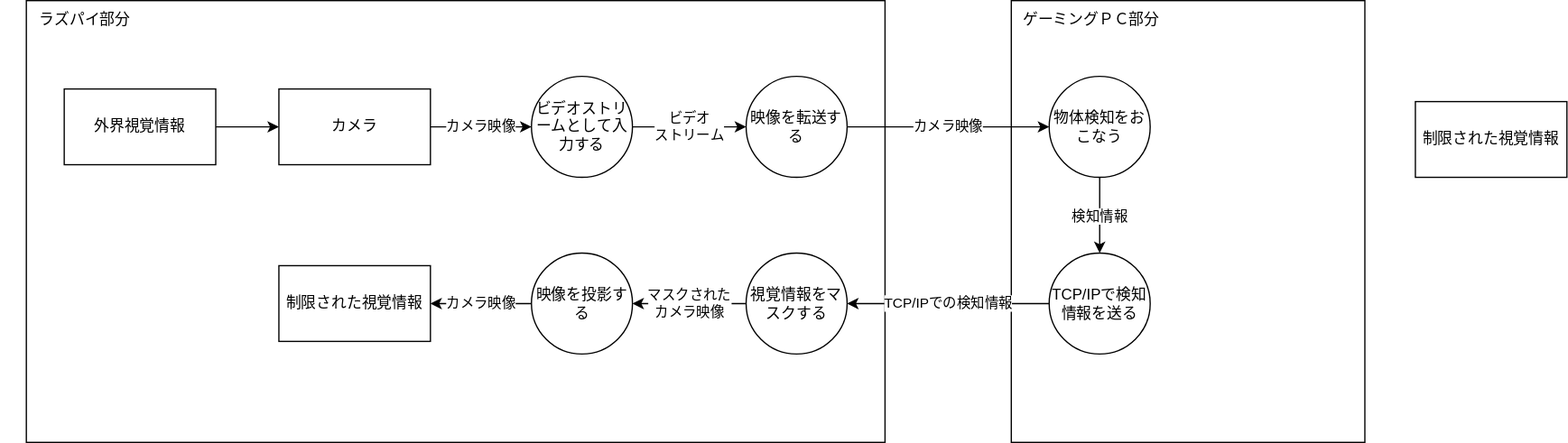
Above: 集中力取り戻しシステム/images/dfd0.drawio.svg in gakutosasabe/HearExpansion (draw.io), before the change. Source tidied: cells renumbered, new cells last; positions are measured from the earlier drawing's top-left corner, leaving out a move shared by most shapes. Its diagram source:
```xml
<mxGraphModel>
  <root>
    <mxCell id="0" />
    <mxCell id="1" parent="0" />
    <mxCell id="2" style="rounded=0;whiteSpace=wrap;html=1;" parent="1" vertex="1">
      <mxGeometry x="20" width="680" height="350" as="geometry" />
    </mxCell>
    <mxCell id="3" style="rounded=0;whiteSpace=wrap;html=1;" parent="1" vertex="1">
      <mxGeometry x="800" width="280" height="350" as="geometry" />
    </mxCell>
    <mxCell id="4" style="edgeStyle=none;html=1;" parent="1" edge="1" source="5">
      <mxGeometry relative="1" as="geometry">
        <mxPoint x="220" y="100" as="targetPoint" />
      </mxGeometry>
    </mxCell>
    <mxCell id="5" value="外界視覚情報" style="rounded=0;whiteSpace=wrap;html=1;" parent="1" vertex="1">
      <mxGeometry x="50" y="70" width="120" height="60" as="geometry" />
    </mxCell>
    <mxCell id="6" value="制限された視覚情報" style="rounded=0;whiteSpace=wrap;html=1;" parent="1" vertex="1">
      <mxGeometry x="220" y="210" width="120" height="60" as="geometry" />
    </mxCell>
    <mxCell id="7" value="制限された視覚情報" style="rounded=0;whiteSpace=wrap;html=1;" parent="1" vertex="1">
      <mxGeometry x="1120" y="80" width="120" height="60" as="geometry" />
    </mxCell>
    <mxCell id="8" value="カメラ映像" style="edgeStyle=none;html=1;entryX=0;entryY=0.5;entryDx=0;entryDy=0;" parent="1" edge="1" source="9" target="11">
      <mxGeometry relative="1" as="geometry" />
    </mxCell>
    <mxCell id="9" value="カメラ" style="rounded=0;whiteSpace=wrap;html=1;" parent="1" vertex="1">
      <mxGeometry x="220" y="70" width="120" height="60" as="geometry" />
    </mxCell>
    <mxCell id="10" value="ビデオ&lt;br&gt;ストリーム" style="edgeStyle=none;html=1;" parent="1" edge="1" source="11" target="13">
      <mxGeometry relative="1" as="geometry" />
    </mxCell>
    <mxCell id="11" value="ビデオストリームとして入力する" style="ellipse;whiteSpace=wrap;html=1;" parent="1" vertex="1">
      <mxGeometry x="420" y="60" width="80" height="80" as="geometry" />
    </mxCell>
    <mxCell id="12" value="カメラ映像" style="edgeStyle=none;html=1;entryX=0;entryY=0.5;entryDx=0;entryDy=0;" parent="1" edge="1" source="13" target="15">
      <mxGeometry relative="1" as="geometry" />
    </mxCell>
    <mxCell id="13" value="映像を転送する" style="ellipse;whiteSpace=wrap;html=1;" parent="1" vertex="1">
      <mxGeometry x="590" y="60" width="80" height="80" as="geometry" />
    </mxCell>
    <mxCell id="14" value="検知情報" style="edgeStyle=none;html=1;entryX=0.5;entryY=0;entryDx=0;entryDy=0;" parent="1" edge="1" source="15" target="17">
      <mxGeometry relative="1" as="geometry" />
    </mxCell>
    <mxCell id="15" value="物体検知をおこなう" style="ellipse;whiteSpace=wrap;html=1;" parent="1" vertex="1">
      <mxGeometry x="830" y="60" width="80" height="80" as="geometry" />
    </mxCell>
    <mxCell id="16" value="TCP/IPでの検知情報" style="edgeStyle=none;html=1;" parent="1" edge="1" source="17" target="19">
      <mxGeometry relative="1" as="geometry" />
    </mxCell>
    <mxCell id="17" value="TCP/IPで検知情報を送る" style="ellipse;whiteSpace=wrap;html=1;" parent="1" vertex="1">
      <mxGeometry x="830" y="200" width="80" height="80" as="geometry" />
    </mxCell>
    <mxCell id="18" value="マスクされた&lt;br&gt;カメラ映像" style="edgeStyle=none;html=1;" parent="1" edge="1" source="19" target="21">
      <mxGeometry relative="1" as="geometry" />
    </mxCell>
    <mxCell id="19" value="視覚情報をマスクする" style="ellipse;whiteSpace=wrap;html=1;" parent="1" vertex="1">
      <mxGeometry x="590" y="200" width="80" height="80" as="geometry" />
    </mxCell>
    <mxCell id="20" value="カメラ映像" style="edgeStyle=none;html=1;" parent="1" edge="1" source="21" target="6">
      <mxGeometry relative="1" as="geometry" />
    </mxCell>
    <mxCell id="21" value="映像を投影する" style="ellipse;whiteSpace=wrap;html=1;" parent="1" vertex="1">
      <mxGeometry x="420" y="200" width="80" height="80" as="geometry" />
    </mxCell>
    <mxCell id="22" value="ゲーミングＰＣ部分" style="text;html=1;strokeColor=none;fillColor=none;align=center;verticalAlign=middle;whiteSpace=wrap;rounded=0;" parent="1" vertex="1">
      <mxGeometry x="797" width="133" height="30" as="geometry" />
    </mxCell>
    <mxCell id="23" value="ラズパイ部分" style="text;html=1;strokeColor=none;fillColor=none;align=center;verticalAlign=middle;whiteSpace=wrap;rounded=0;" parent="1" vertex="1">
      <mxGeometry width="133" height="30" as="geometry" />
    </mxCell>
  </root>
</mxGraphModel>
```
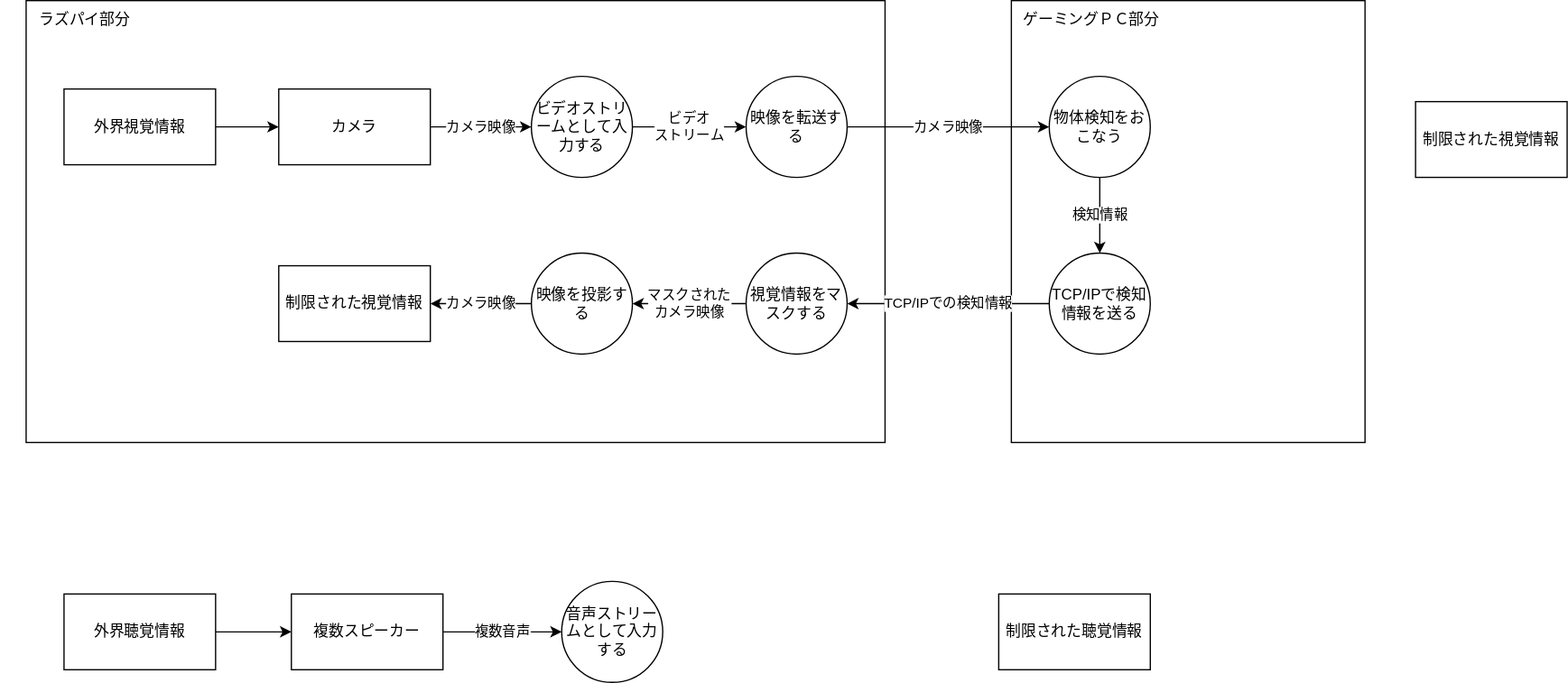
The same file after the commit.

The edit, as a diff of the source:
```diff
@@ -70,5 +70,23 @@
     <mxCell id="23" value="ラズパイ部分" style="text;html=1;strokeColor=none;fillColor=none;align=center;verticalAlign=middle;whiteSpace=wrap;rounded=0;" parent="1" vertex="1">
       <mxGeometry width="133" height="30" as="geometry" />
     </mxCell>
+    <mxCell id="24" style="edgeStyle=none;html=1;" parent="1" edge="1" source="25" target="28">
+      <mxGeometry relative="1" as="geometry" />
+    </mxCell>
+    <mxCell id="25" value="外界聴覚情報" style="rounded=0;whiteSpace=wrap;html=1;" parent="1" vertex="1">
+      <mxGeometry x="50" y="470" width="120" height="60" as="geometry" />
+    </mxCell>
+    <mxCell id="26" value="制限された聴覚情報" style="rounded=0;whiteSpace=wrap;html=1;" parent="1" vertex="1">
+      <mxGeometry x="790" y="470" width="120" height="60" as="geometry" />
+    </mxCell>
+    <mxCell id="27" value="複数音声" style="edgeStyle=none;html=1;" parent="1" edge="1" source="28" target="29">
+      <mxGeometry relative="1" as="geometry" />
+    </mxCell>
+    <mxCell id="28" value="複数スピーカー" style="rounded=0;whiteSpace=wrap;html=1;" parent="1" vertex="1">
+      <mxGeometry x="230" y="470" width="120" height="60" as="geometry" />
+    </mxCell>
+    <mxCell id="29" value="音声ストリームとして入力する" style="ellipse;whiteSpace=wrap;html=1;" parent="1" vertex="1">
+      <mxGeometry x="444" y="460" width="80" height="80" as="geometry" />
+    </mxCell>
   </root>
 </mxGraphModel>
```
